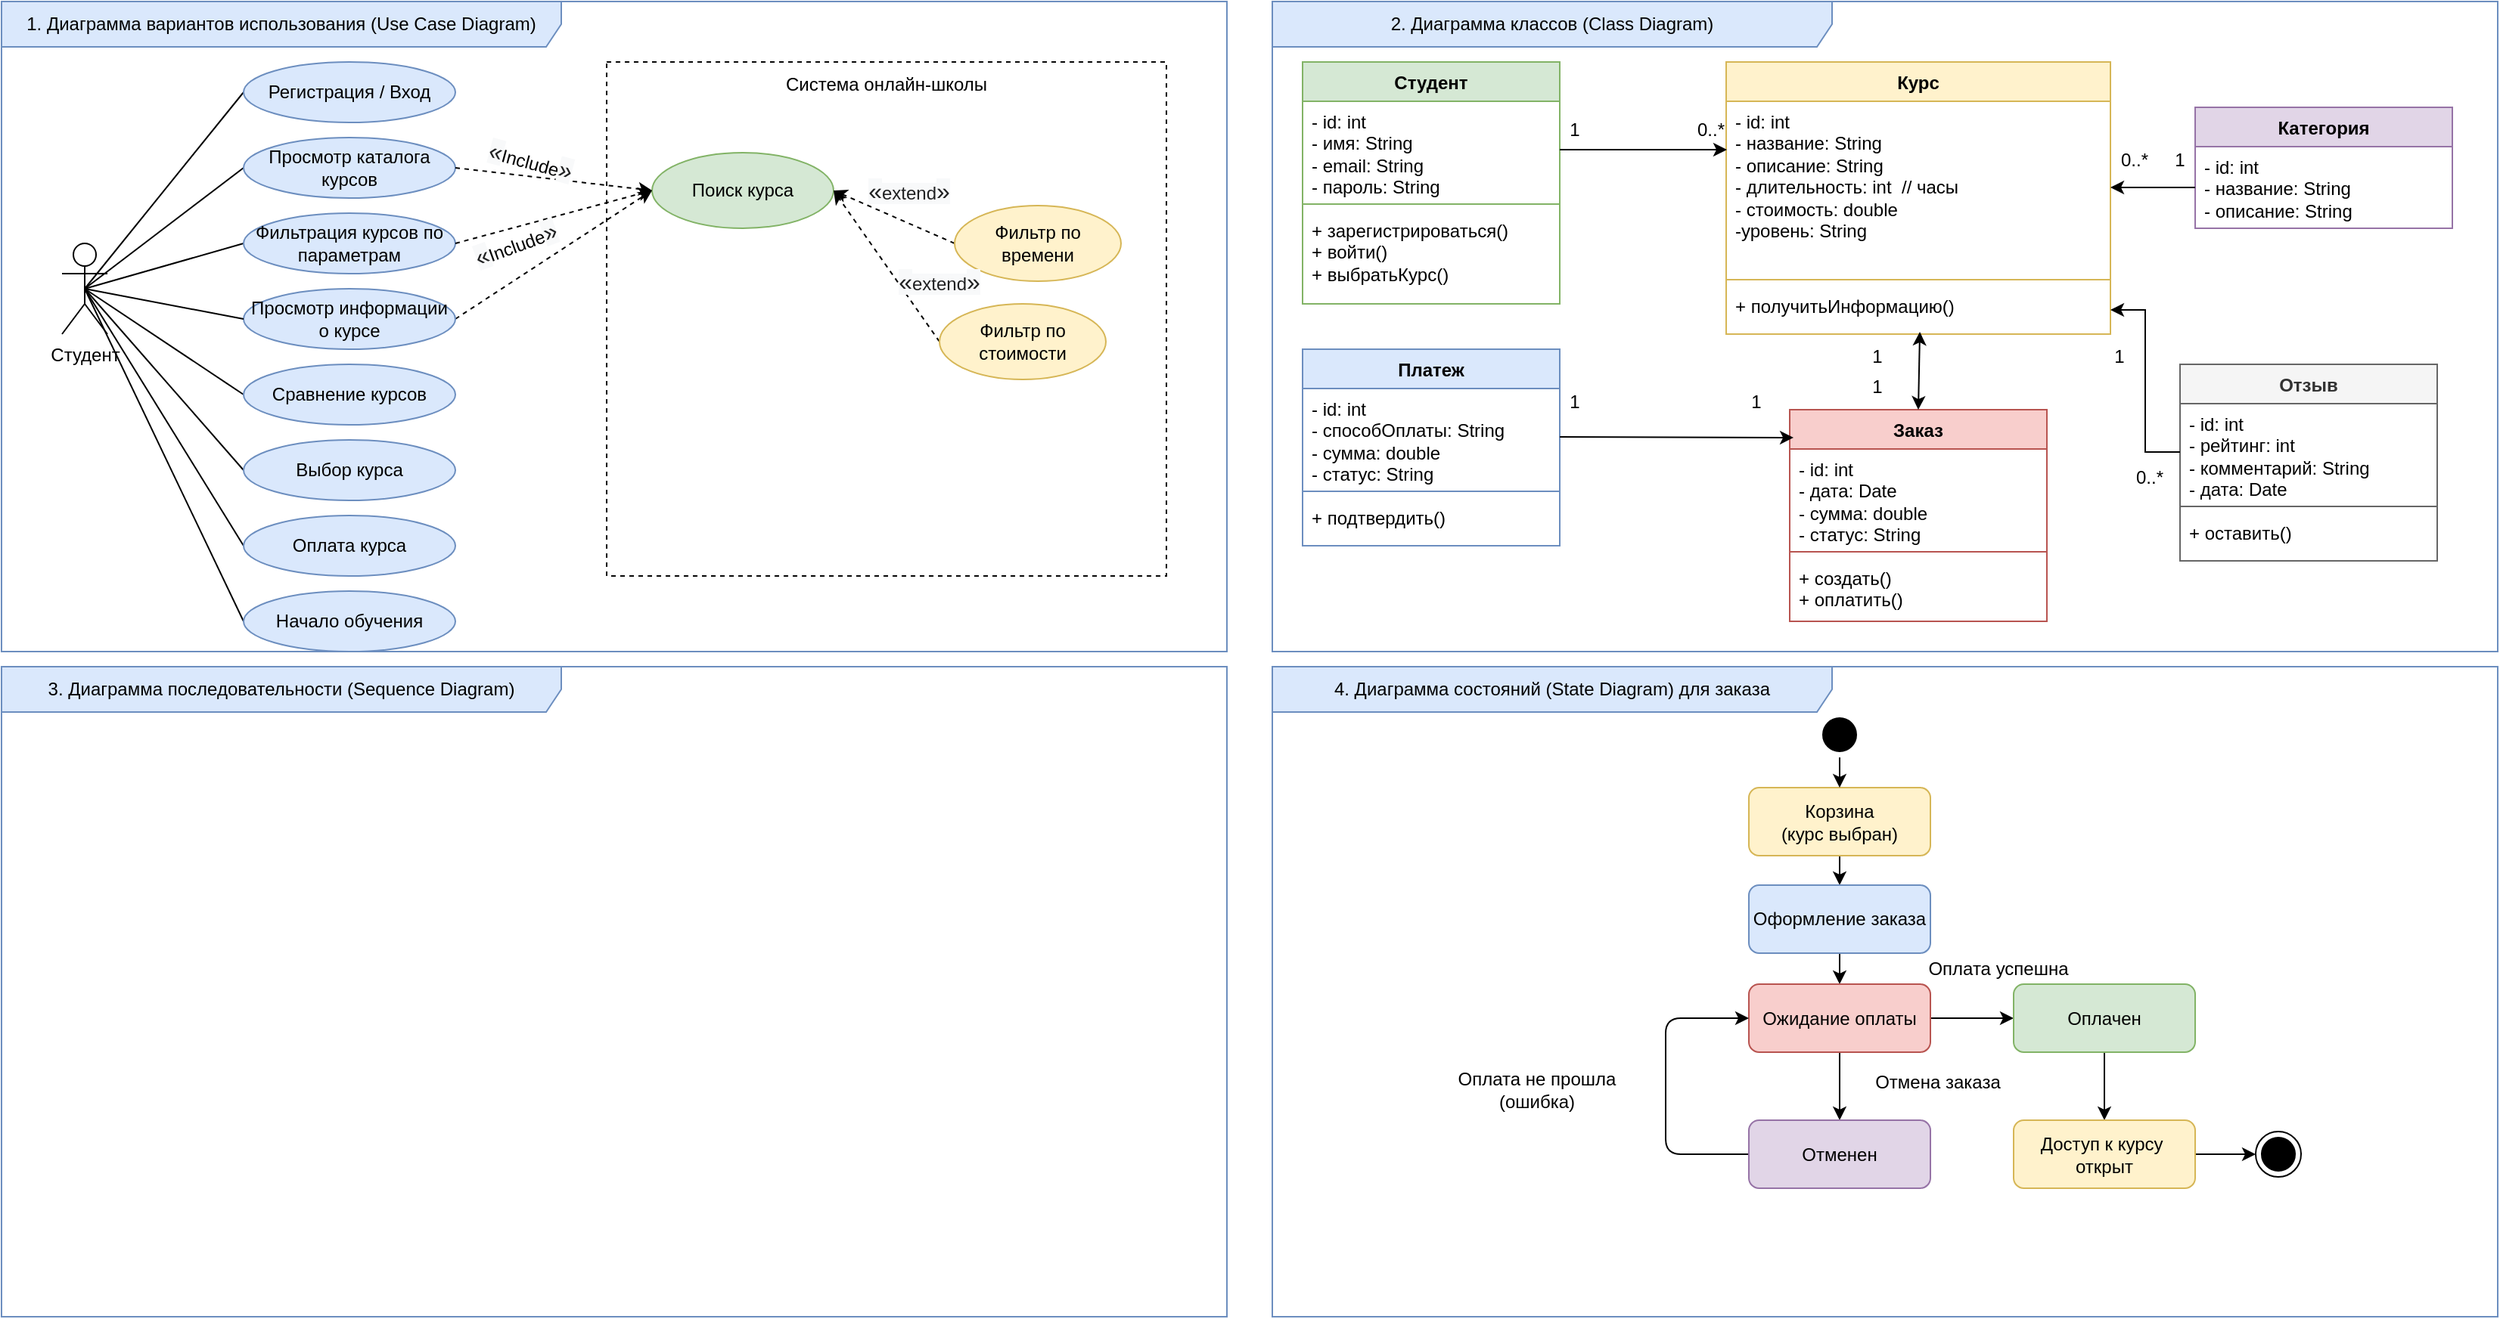
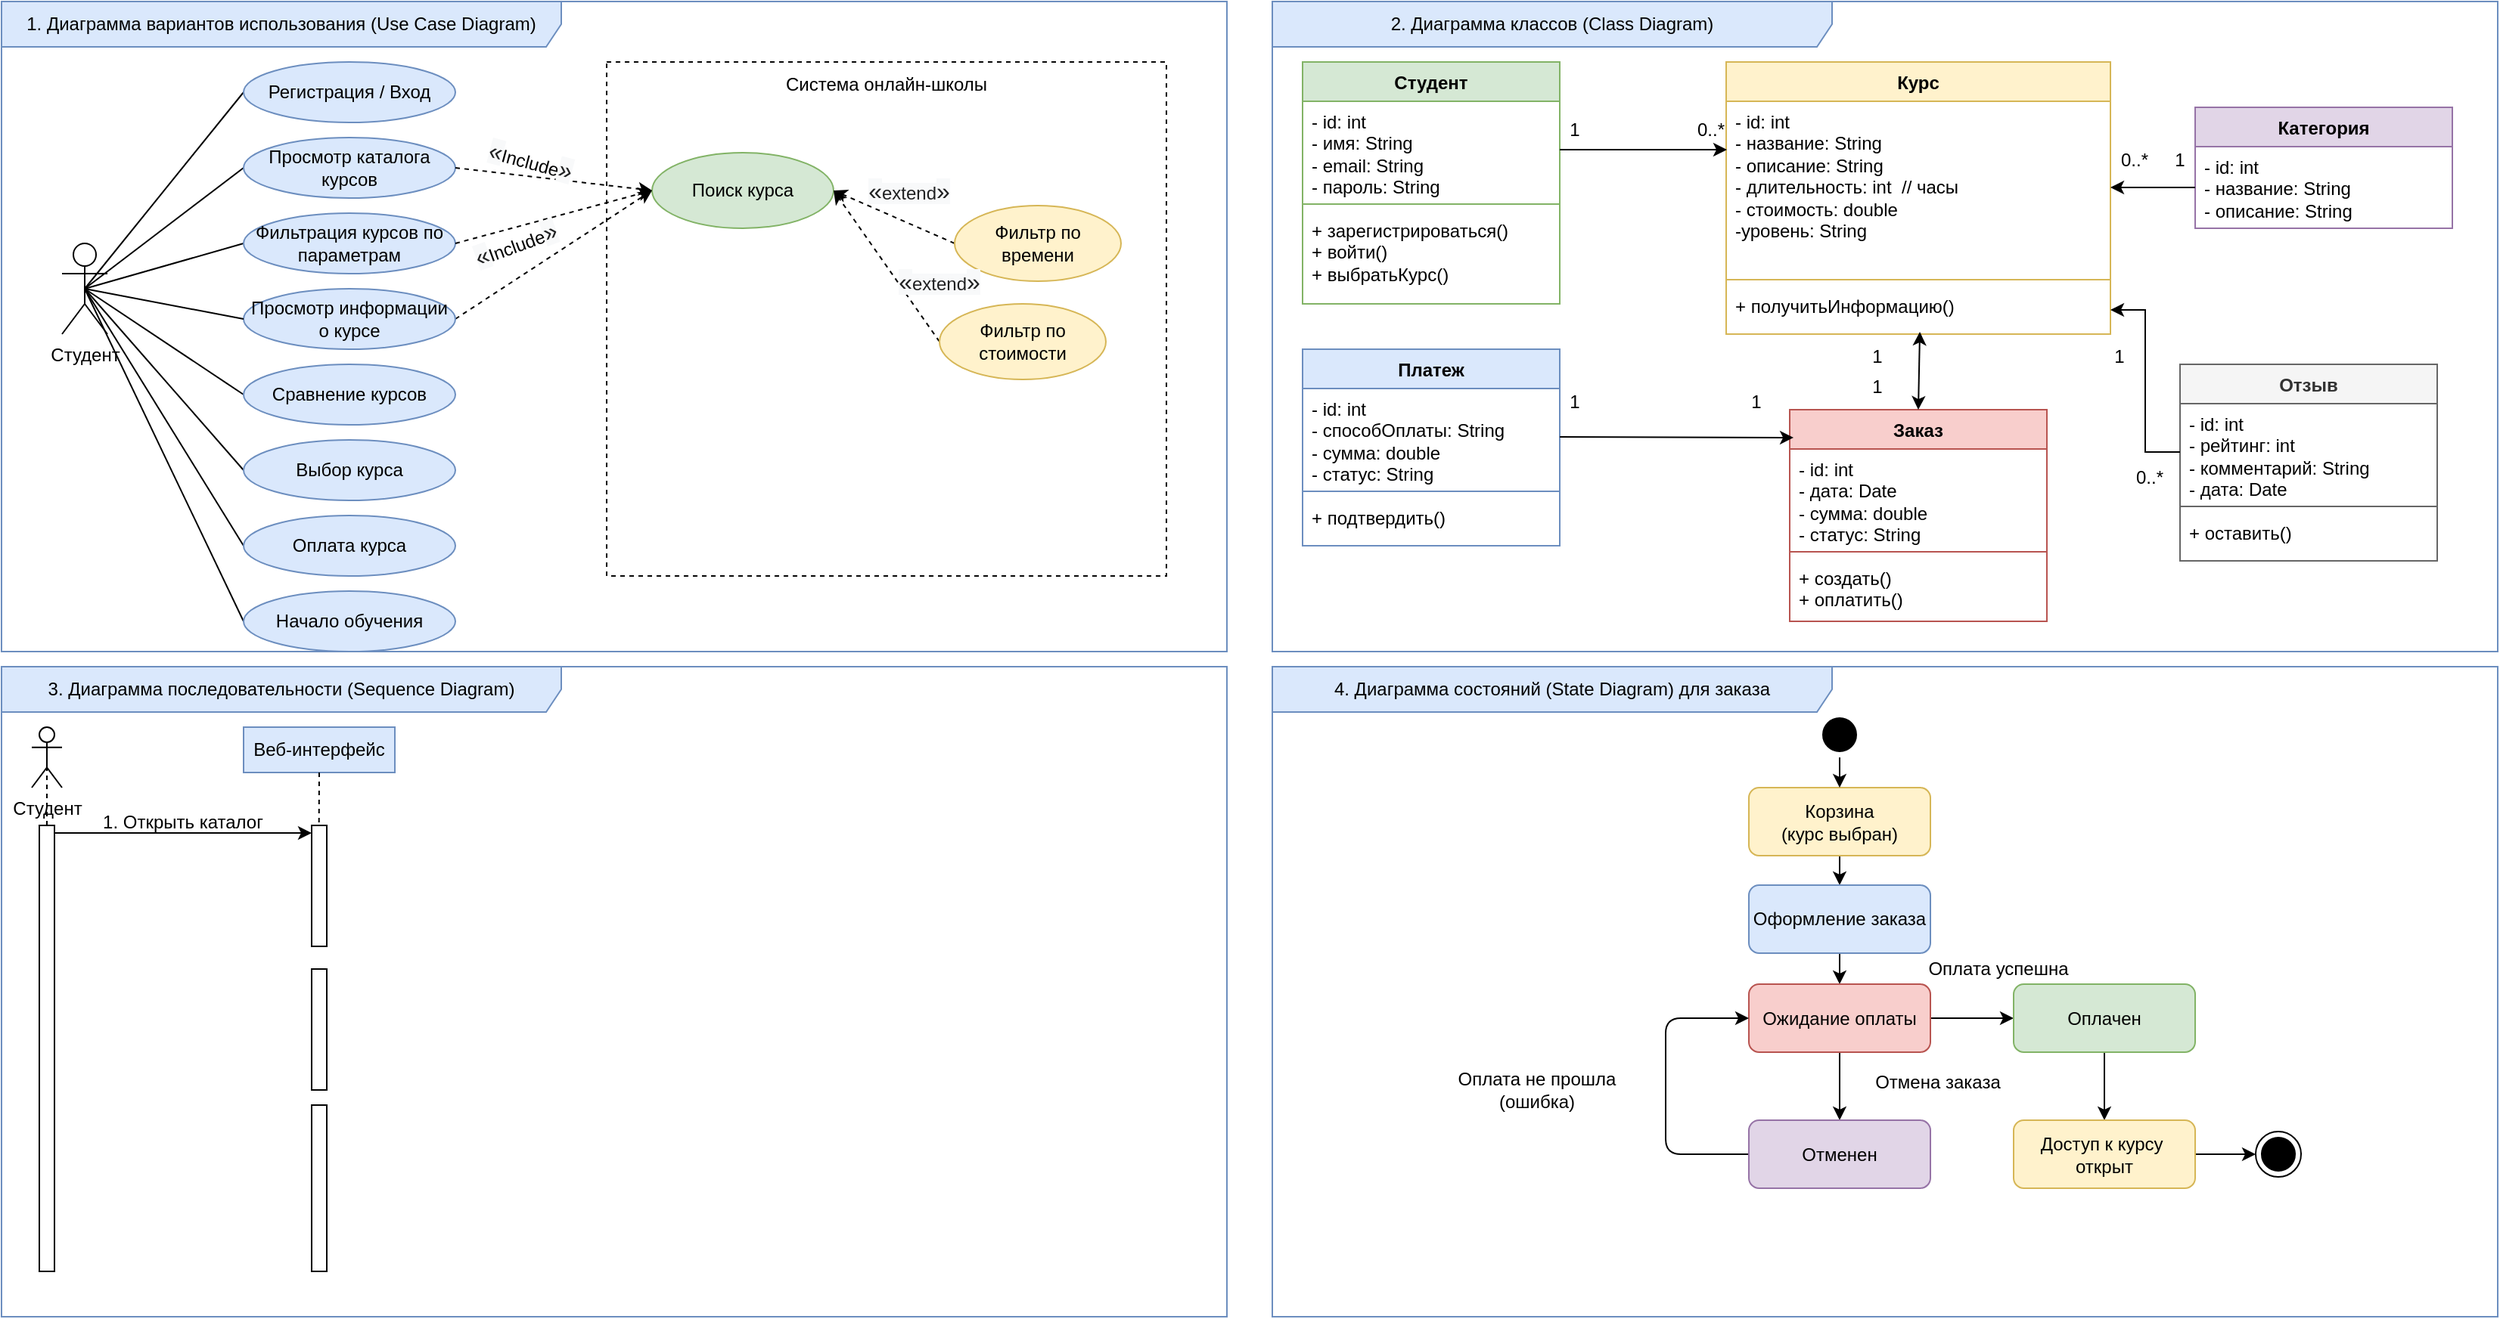
<mxfile host="app.diagrams.net">
  <diagram name="Страница-1" id="D9qNlymfPTsSxVgft2LI">
-     <mxGraphModel dx="1403" dy="944" grid="1" gridSize="10" guides="1" tooltips="1" connect="1" arrows="1" fold="1" page="1" pageScale="1" pageWidth="827" pageHeight="1169" math="0" shadow="0">
+     <mxGraphModel dx="1169" dy="787" grid="1" gridSize="10" guides="1" tooltips="1" connect="1" arrows="1" fold="1" page="1" pageScale="1" pageWidth="827" pageHeight="1169" math="0" shadow="0">
      <root>
        <mxCell id="0" />
        <mxCell id="1" parent="0" />
        <mxCell id="Ora9MrkWIrVl9lBXlNgj-35" parent="1" style="rounded=0;whiteSpace=wrap;html=1;strokeColor=default;dashed=1;" value="" vertex="1">
          <mxGeometry height="340" width="370" x="400" y="40" as="geometry" />
        </mxCell>
        <mxCell id="Ora9MrkWIrVl9lBXlNgj-28" edge="1" parent="1" source="Ora9MrkWIrVl9lBXlNgj-1" style="edgeStyle=none;rounded=0;orthogonalLoop=1;jettySize=auto;html=1;exitX=0.5;exitY=0.5;exitDx=0;exitDy=0;exitPerimeter=0;entryX=0;entryY=0.5;entryDx=0;entryDy=0;endArrow=none;endFill=0;" target="Ora9MrkWIrVl9lBXlNgj-5">
          <mxGeometry relative="1" as="geometry" />
        </mxCell>
        <mxCell id="Ora9MrkWIrVl9lBXlNgj-29" edge="1" parent="1" source="Ora9MrkWIrVl9lBXlNgj-1" style="edgeStyle=none;rounded=0;orthogonalLoop=1;jettySize=auto;html=1;exitX=0.5;exitY=0.5;exitDx=0;exitDy=0;exitPerimeter=0;entryX=0;entryY=0.5;entryDx=0;entryDy=0;endArrow=none;endFill=0;" target="Ora9MrkWIrVl9lBXlNgj-6">
          <mxGeometry relative="1" as="geometry" />
        </mxCell>
        <mxCell id="Ora9MrkWIrVl9lBXlNgj-30" edge="1" parent="1" source="Ora9MrkWIrVl9lBXlNgj-1" style="edgeStyle=none;rounded=0;orthogonalLoop=1;jettySize=auto;html=1;exitX=0.5;exitY=0.5;exitDx=0;exitDy=0;exitPerimeter=0;entryX=0;entryY=0.5;entryDx=0;entryDy=0;endArrow=none;endFill=0;" target="Ora9MrkWIrVl9lBXlNgj-13">
          <mxGeometry relative="1" as="geometry" />
        </mxCell>
        <mxCell id="Ora9MrkWIrVl9lBXlNgj-31" edge="1" parent="1" source="Ora9MrkWIrVl9lBXlNgj-1" style="edgeStyle=none;rounded=0;orthogonalLoop=1;jettySize=auto;html=1;exitX=0.5;exitY=0.5;exitDx=0;exitDy=0;exitPerimeter=0;entryX=0;entryY=0.5;entryDx=0;entryDy=0;endArrow=none;endFill=0;" target="Ora9MrkWIrVl9lBXlNgj-14">
          <mxGeometry relative="1" as="geometry" />
        </mxCell>
        <mxCell id="Ora9MrkWIrVl9lBXlNgj-32" edge="1" parent="1" source="Ora9MrkWIrVl9lBXlNgj-1" style="edgeStyle=none;rounded=0;orthogonalLoop=1;jettySize=auto;html=1;exitX=0.5;exitY=0.5;exitDx=0;exitDy=0;exitPerimeter=0;entryX=0;entryY=0.5;entryDx=0;entryDy=0;endArrow=none;endFill=0;" target="Ora9MrkWIrVl9lBXlNgj-15">
          <mxGeometry relative="1" as="geometry" />
        </mxCell>
        <mxCell id="Ora9MrkWIrVl9lBXlNgj-33" edge="1" parent="1" source="Ora9MrkWIrVl9lBXlNgj-1" style="edgeStyle=none;rounded=0;orthogonalLoop=1;jettySize=auto;html=1;exitX=0.5;exitY=0.5;exitDx=0;exitDy=0;exitPerimeter=0;entryX=0;entryY=0.5;entryDx=0;entryDy=0;endArrow=none;endFill=0;" target="Ora9MrkWIrVl9lBXlNgj-16">
          <mxGeometry relative="1" as="geometry" />
        </mxCell>
        <mxCell id="Ora9MrkWIrVl9lBXlNgj-34" edge="1" parent="1" source="Ora9MrkWIrVl9lBXlNgj-1" style="edgeStyle=none;rounded=0;orthogonalLoop=1;jettySize=auto;html=1;exitX=0.5;exitY=0.5;exitDx=0;exitDy=0;exitPerimeter=0;entryX=0;entryY=0.5;entryDx=0;entryDy=0;endArrow=none;endFill=0;" target="Ora9MrkWIrVl9lBXlNgj-17">
          <mxGeometry relative="1" as="geometry" />
        </mxCell>
        <mxCell id="Ora9MrkWIrVl9lBXlNgj-1" parent="1" style="shape=umlActor;verticalLabelPosition=bottom;verticalAlign=top;html=1;outlineConnect=0;" value="Студент" vertex="1">
          <mxGeometry height="60" width="30" x="40" y="160" as="geometry" />
        </mxCell>
        <mxCell id="Ora9MrkWIrVl9lBXlNgj-3" edge="1" parent="1" style="endArrow=none;html=1;rounded=0;strokeColor=none;curved=1;" value="">
          <mxGeometry height="50" relative="1" width="50" as="geometry">
            <mxPoint x="390" y="330" as="sourcePoint" />
            <mxPoint x="440" y="280" as="targetPoint" />
          </mxGeometry>
        </mxCell>
        <mxCell id="Ora9MrkWIrVl9lBXlNgj-5" parent="1" style="ellipse;whiteSpace=wrap;html=1;fillColor=#dae8fc;strokeColor=#6c8ebf;" value="Регистрация / Вход" vertex="1">
          <mxGeometry height="40" width="140" x="160" y="40" as="geometry" />
        </mxCell>
        <mxCell id="Ora9MrkWIrVl9lBXlNgj-6" parent="1" style="ellipse;whiteSpace=wrap;html=1;fillColor=#dae8fc;strokeColor=#6c8ebf;" value="Просмотр каталога курсов" vertex="1">
          <mxGeometry height="40" width="140" x="160" y="90" as="geometry" />
        </mxCell>
        <mxCell id="Ora9MrkWIrVl9lBXlNgj-13" parent="1" style="ellipse;whiteSpace=wrap;html=1;fillColor=#dae8fc;strokeColor=#6c8ebf;" value="Фильтрация курсов по параметрам" vertex="1">
          <mxGeometry height="40" width="140" x="160" y="140" as="geometry" />
        </mxCell>
        <mxCell id="Ora9MrkWIrVl9lBXlNgj-14" parent="1" style="ellipse;whiteSpace=wrap;html=1;fillColor=#dae8fc;strokeColor=#6c8ebf;" value="Сравнение курсов" vertex="1">
          <mxGeometry height="40" width="140" x="160" y="240" as="geometry" />
        </mxCell>
        <mxCell id="Ora9MrkWIrVl9lBXlNgj-15" parent="1" style="ellipse;whiteSpace=wrap;html=1;fillColor=#dae8fc;strokeColor=#6c8ebf;" value="Выбор курса" vertex="1">
          <mxGeometry height="40" width="140" x="160" y="290" as="geometry" />
        </mxCell>
        <mxCell id="Ora9MrkWIrVl9lBXlNgj-16" parent="1" style="ellipse;whiteSpace=wrap;html=1;fillColor=#dae8fc;strokeColor=#6c8ebf;" value="Оплата курса" vertex="1">
          <mxGeometry height="40" width="140" x="160" y="340" as="geometry" />
        </mxCell>
        <mxCell id="Ora9MrkWIrVl9lBXlNgj-17" parent="1" style="ellipse;whiteSpace=wrap;html=1;fillColor=#dae8fc;strokeColor=#6c8ebf;" value="Начало обучения" vertex="1">
          <mxGeometry height="40" width="140" x="160" y="390" as="geometry" />
        </mxCell>
        <mxCell id="Ora9MrkWIrVl9lBXlNgj-18" parent="1" style="shape=umlFrame;whiteSpace=wrap;html=1;pointerEvents=0;width=370;height=30;fillColor=#dae8fc;strokeColor=#6c8ebf;" value="1. Диаграмма вариантов использования (Use Case Diagram)" vertex="1">
          <mxGeometry height="430" width="810" as="geometry" />
        </mxCell>
        <mxCell id="Ora9MrkWIrVl9lBXlNgj-36" parent="1" style="text;html=1;whiteSpace=wrap;strokeColor=none;fillColor=none;align=center;verticalAlign=middle;rounded=0;" value="Система онлайн-школы" vertex="1">
          <mxGeometry height="30" width="160" x="505" y="40" as="geometry" />
        </mxCell>
        <mxCell id="Ora9MrkWIrVl9lBXlNgj-37" parent="1" style="ellipse;whiteSpace=wrap;html=1;fillColor=#d5e8d4;strokeColor=#82b366;" value="Поиск курса" vertex="1">
          <mxGeometry height="50" width="120" x="430" y="100" as="geometry" />
        </mxCell>
        <mxCell id="Ora9MrkWIrVl9lBXlNgj-38" edge="1" parent="1" source="Ora9MrkWIrVl9lBXlNgj-6" style="edgeStyle=none;rounded=0;orthogonalLoop=1;jettySize=auto;html=1;exitX=1;exitY=0.5;exitDx=0;exitDy=0;entryX=0;entryY=0.5;entryDx=0;entryDy=0;dashed=1;" target="Ora9MrkWIrVl9lBXlNgj-37">
          <mxGeometry relative="1" as="geometry" />
        </mxCell>
        <mxCell id="Ora9MrkWIrVl9lBXlNgj-39" edge="1" parent="1" source="Ora9MrkWIrVl9lBXlNgj-13" style="edgeStyle=none;rounded=0;orthogonalLoop=1;jettySize=auto;html=1;exitX=1;exitY=0.5;exitDx=0;exitDy=0;entryX=0;entryY=0.5;entryDx=0;entryDy=0;dashed=1;" target="Ora9MrkWIrVl9lBXlNgj-37">
          <mxGeometry relative="1" as="geometry" />
        </mxCell>
        <mxCell id="Ora9MrkWIrVl9lBXlNgj-43" edge="1" parent="1" source="Ora9MrkWIrVl9lBXlNgj-41" style="edgeStyle=none;rounded=0;orthogonalLoop=1;jettySize=auto;html=1;exitX=1;exitY=0.5;exitDx=0;exitDy=0;entryX=0;entryY=0.5;entryDx=0;entryDy=0;dashed=1;" target="Ora9MrkWIrVl9lBXlNgj-37">
          <mxGeometry relative="1" as="geometry" />
        </mxCell>
        <mxCell id="Ora9MrkWIrVl9lBXlNgj-41" parent="1" style="ellipse;whiteSpace=wrap;html=1;fillColor=#dae8fc;strokeColor=#6c8ebf;" value="Просмотр информации о курсе" vertex="1">
          <mxGeometry height="40" width="140" x="160" y="190" as="geometry" />
        </mxCell>
        <mxCell id="Ora9MrkWIrVl9lBXlNgj-42" edge="1" parent="1" source="Ora9MrkWIrVl9lBXlNgj-41" style="edgeStyle=none;rounded=0;orthogonalLoop=1;jettySize=auto;html=1;exitX=0;exitY=0.5;exitDx=0;exitDy=0;entryX=0.5;entryY=0.5;entryDx=0;entryDy=0;entryPerimeter=0;endArrow=none;endFill=0;" target="Ora9MrkWIrVl9lBXlNgj-1">
          <mxGeometry relative="1" as="geometry" />
        </mxCell>
        <mxCell id="Ora9MrkWIrVl9lBXlNgj-44" parent="1" style="text;html=1;whiteSpace=wrap;strokeColor=none;fillColor=none;align=center;verticalAlign=middle;rounded=0;rotation=15;" value="&lt;span style=&quot;color: rgb(32, 33, 34); font-family: sans-serif; font-size: 16px; text-align: start; background-color: rgb(248, 249, 250);&quot;&gt;«&lt;/span&gt;Include&lt;span style=&quot;color: rgb(32, 33, 34); font-family: sans-serif; font-size: 16px; text-align: start; background-color: rgb(248, 249, 250);&quot;&gt;»&lt;/span&gt;" vertex="1">
          <mxGeometry height="30" width="60" x="320" y="90" as="geometry" />
        </mxCell>
        <mxCell id="Ora9MrkWIrVl9lBXlNgj-45" parent="1" style="text;html=1;whiteSpace=wrap;strokeColor=none;fillColor=none;align=center;verticalAlign=middle;rounded=0;rotation=-20;" value="&lt;span style=&quot;color: rgb(32, 33, 34); font-family: sans-serif; font-size: 16px; text-align: start; background-color: rgb(248, 249, 250);&quot;&gt;«&lt;/span&gt;Include&lt;span style=&quot;color: rgb(32, 33, 34); font-family: sans-serif; font-size: 16px; text-align: start; background-color: rgb(248, 249, 250);&quot;&gt;»&lt;/span&gt;" vertex="1">
          <mxGeometry height="30" width="60" x="310" y="145" as="geometry" />
        </mxCell>
        <mxCell id="g0pQmNP9uAlrfDevc1Wt-4" edge="1" parent="1" source="g0pQmNP9uAlrfDevc1Wt-1" style="edgeStyle=none;rounded=0;orthogonalLoop=1;jettySize=auto;html=1;exitX=0;exitY=0.5;exitDx=0;exitDy=0;entryX=1;entryY=0.5;entryDx=0;entryDy=0;dashed=1;" target="Ora9MrkWIrVl9lBXlNgj-37">
          <mxGeometry relative="1" as="geometry" />
        </mxCell>
        <mxCell id="g0pQmNP9uAlrfDevc1Wt-1" parent="1" style="ellipse;whiteSpace=wrap;html=1;fillColor=#fff2cc;strokeColor=#d6b656;" value="Фильтр по времени" vertex="1">
          <mxGeometry height="50" width="110" x="630" y="135" as="geometry" />
        </mxCell>
        <mxCell id="g0pQmNP9uAlrfDevc1Wt-3" edge="1" parent="1" source="g0pQmNP9uAlrfDevc1Wt-2" style="edgeStyle=none;rounded=0;orthogonalLoop=1;jettySize=auto;html=1;exitX=0;exitY=0.5;exitDx=0;exitDy=0;entryX=1;entryY=0.5;entryDx=0;entryDy=0;dashed=1;" target="Ora9MrkWIrVl9lBXlNgj-37">
          <mxGeometry relative="1" as="geometry" />
        </mxCell>
        <mxCell id="g0pQmNP9uAlrfDevc1Wt-2" parent="1" style="ellipse;whiteSpace=wrap;html=1;fillColor=#fff2cc;strokeColor=#d6b656;" value="Фильтр по стоимости" vertex="1">
          <mxGeometry height="50" width="110" x="620" y="200" as="geometry" />
        </mxCell>
        <mxCell id="g0pQmNP9uAlrfDevc1Wt-5" parent="1" style="text;html=1;whiteSpace=wrap;strokeColor=none;fillColor=none;align=center;verticalAlign=middle;rounded=0;rotation=0;" value="&lt;div style=&quot;text-align: center;&quot;&gt;&lt;span style=&quot;color: rgb(32, 33, 34); font-family: sans-serif; font-size: 16px; text-align: start; background-color: rgb(248, 249, 250);&quot;&gt;«&lt;/span&gt;&lt;span style=&quot;text-align: start; background-color: rgb(248, 249, 250); color: rgb(32, 33, 34);&quot;&gt;extend&lt;/span&gt;&lt;span style=&quot;color: rgb(32, 33, 34); font-family: sans-serif; font-size: 16px; text-align: start; background-color: rgb(248, 249, 250);&quot;&gt;»&lt;/span&gt;&lt;/div&gt;" vertex="1">
          <mxGeometry height="30" width="60" x="570" y="110" as="geometry" />
        </mxCell>
        <mxCell id="g0pQmNP9uAlrfDevc1Wt-6" parent="1" style="text;html=1;whiteSpace=wrap;strokeColor=none;fillColor=none;align=center;verticalAlign=middle;rounded=0;rotation=0;" value="&lt;div style=&quot;text-align: center;&quot;&gt;&lt;span style=&quot;color: rgb(32, 33, 34); font-family: sans-serif; font-size: 16px; text-align: start; background-color: rgb(248, 249, 250);&quot;&gt;«&lt;/span&gt;&lt;span style=&quot;text-align: start; background-color: rgb(248, 249, 250); color: rgb(32, 33, 34);&quot;&gt;extend&lt;/span&gt;&lt;span style=&quot;color: rgb(32, 33, 34); font-family: sans-serif; font-size: 16px; text-align: start; background-color: rgb(248, 249, 250);&quot;&gt;»&lt;/span&gt;&lt;/div&gt;" vertex="1">
          <mxGeometry height="30" width="60" x="590" y="170" as="geometry" />
        </mxCell>
        <mxCell id="g0pQmNP9uAlrfDevc1Wt-7" parent="1" style="shape=umlFrame;whiteSpace=wrap;html=1;pointerEvents=0;width=370;height=30;fillColor=#dae8fc;strokeColor=#6c8ebf;" value="2. Диаграмма классов (Class Diagram)" vertex="1">
          <mxGeometry height="430" width="810" x="840" as="geometry" />
        </mxCell>
        <mxCell id="g0pQmNP9uAlrfDevc1Wt-8" parent="1" style="swimlane;fontStyle=1;align=center;verticalAlign=top;childLayout=stackLayout;horizontal=1;startSize=26;horizontalStack=0;resizeParent=1;resizeParentMax=0;resizeLast=0;collapsible=1;marginBottom=0;whiteSpace=wrap;html=1;fillColor=#d5e8d4;strokeColor=#82b366;" value="Студент" vertex="1">
          <mxGeometry height="160" width="170" x="860" y="40" as="geometry" />
        </mxCell>
        <mxCell id="g0pQmNP9uAlrfDevc1Wt-9" parent="g0pQmNP9uAlrfDevc1Wt-8" style="text;strokeColor=none;fillColor=none;align=left;verticalAlign=top;spacingLeft=4;spacingRight=4;overflow=hidden;rotatable=0;points=[[0,0.5],[1,0.5]];portConstraint=eastwest;whiteSpace=wrap;html=1;" value="- id: int&lt;div&gt;- имя: String&lt;/div&gt;&lt;div&gt;- email: String&lt;/div&gt;&lt;div&gt;- пароль: String&lt;br&gt;&lt;div&gt;&lt;br&gt;&lt;/div&gt;&lt;/div&gt;" vertex="1">
          <mxGeometry height="64" width="170" y="26" as="geometry" />
        </mxCell>
        <mxCell id="g0pQmNP9uAlrfDevc1Wt-10" parent="g0pQmNP9uAlrfDevc1Wt-8" style="line;strokeWidth=1;fillColor=none;align=left;verticalAlign=middle;spacingTop=-1;spacingLeft=3;spacingRight=3;rotatable=0;labelPosition=right;points=[];portConstraint=eastwest;strokeColor=inherit;" value="" vertex="1">
          <mxGeometry height="8" width="170" y="90" as="geometry" />
        </mxCell>
        <mxCell id="g0pQmNP9uAlrfDevc1Wt-11" parent="g0pQmNP9uAlrfDevc1Wt-8" style="text;strokeColor=none;fillColor=none;align=left;verticalAlign=top;spacingLeft=4;spacingRight=4;overflow=hidden;rotatable=0;points=[[0,0.5],[1,0.5]];portConstraint=eastwest;whiteSpace=wrap;html=1;" value="+ зарегистрироваться()&lt;div&gt;+ войти()&lt;/div&gt;&lt;div&gt;+ выбратьКурс()&lt;/div&gt;" vertex="1">
          <mxGeometry height="62" width="170" y="98" as="geometry" />
        </mxCell>
        <mxCell id="g0pQmNP9uAlrfDevc1Wt-12" parent="1" style="swimlane;fontStyle=1;align=center;verticalAlign=top;childLayout=stackLayout;horizontal=1;startSize=26;horizontalStack=0;resizeParent=1;resizeParentMax=0;resizeLast=0;collapsible=1;marginBottom=0;whiteSpace=wrap;html=1;fillColor=#fff2cc;strokeColor=#d6b656;" value="Курс" vertex="1">
          <mxGeometry height="180" width="254" x="1140" y="40" as="geometry">
            <mxRectangle height="30" width="70" x="1140" y="40" as="alternateBounds" />
          </mxGeometry>
        </mxCell>
        <mxCell id="g0pQmNP9uAlrfDevc1Wt-13" parent="g0pQmNP9uAlrfDevc1Wt-12" style="text;strokeColor=none;fillColor=none;align=left;verticalAlign=top;spacingLeft=4;spacingRight=4;overflow=hidden;rotatable=0;points=[[0,0.5],[1,0.5]];portConstraint=eastwest;whiteSpace=wrap;html=1;" value="- id: int&lt;div&gt;- название: String&lt;/div&gt;&lt;div&gt;- описание: String&lt;/div&gt;&lt;div&gt;- длительность: int&amp;nbsp; // часы&lt;br&gt;&lt;div&gt;- стоимость: double&lt;/div&gt;&lt;/div&gt;&lt;div&gt;-уровень: String&lt;/div&gt;" vertex="1">
          <mxGeometry height="114" width="254" y="26" as="geometry" />
        </mxCell>
        <mxCell id="g0pQmNP9uAlrfDevc1Wt-14" parent="g0pQmNP9uAlrfDevc1Wt-12" style="line;strokeWidth=1;fillColor=none;align=left;verticalAlign=middle;spacingTop=-1;spacingLeft=3;spacingRight=3;rotatable=0;labelPosition=right;points=[];portConstraint=eastwest;strokeColor=inherit;" value="" vertex="1">
          <mxGeometry height="8" width="254" y="140" as="geometry" />
        </mxCell>
        <mxCell id="g0pQmNP9uAlrfDevc1Wt-15" parent="g0pQmNP9uAlrfDevc1Wt-12" style="text;strokeColor=none;fillColor=none;align=left;verticalAlign=top;spacingLeft=4;spacingRight=4;overflow=hidden;rotatable=0;points=[[0,0.5],[1,0.5]];portConstraint=eastwest;whiteSpace=wrap;html=1;" value="+ получитьИнформацию()" vertex="1">
          <mxGeometry height="32" width="254" y="148" as="geometry" />
        </mxCell>
        <mxCell id="g0pQmNP9uAlrfDevc1Wt-16" edge="1" parent="1" source="g0pQmNP9uAlrfDevc1Wt-9" style="edgeStyle=none;rounded=0;orthogonalLoop=1;jettySize=auto;html=1;exitX=1;exitY=0.5;exitDx=0;exitDy=0;entryX=0.002;entryY=0.281;entryDx=0;entryDy=0;entryPerimeter=0;" target="g0pQmNP9uAlrfDevc1Wt-13" value="">
          <mxGeometry relative="1" as="geometry" />
        </mxCell>
        <mxCell id="g0pQmNP9uAlrfDevc1Wt-17" parent="1" style="swimlane;fontStyle=1;align=center;verticalAlign=top;childLayout=stackLayout;horizontal=1;startSize=26;horizontalStack=0;resizeParent=1;resizeParentMax=0;resizeLast=0;collapsible=1;marginBottom=0;whiteSpace=wrap;html=1;fillColor=#e1d5e7;strokeColor=#9673a6;" value="Категория" vertex="1">
          <mxGeometry height="80" width="170" x="1450" y="70" as="geometry" />
        </mxCell>
        <mxCell id="g0pQmNP9uAlrfDevc1Wt-18" parent="g0pQmNP9uAlrfDevc1Wt-17" style="text;strokeColor=none;fillColor=none;align=left;verticalAlign=top;spacingLeft=4;spacingRight=4;overflow=hidden;rotatable=0;points=[[0,0.5],[1,0.5]];portConstraint=eastwest;whiteSpace=wrap;html=1;" value="- id: int&lt;div&gt;- название: String&lt;/div&gt;&lt;div&gt;- описание: String&lt;/div&gt;&lt;div&gt;&lt;div&gt;&lt;br&gt;&lt;/div&gt;&lt;/div&gt;" vertex="1">
          <mxGeometry height="54" width="170" y="26" as="geometry" />
        </mxCell>
        <mxCell id="g0pQmNP9uAlrfDevc1Wt-21" edge="1" parent="1" source="g0pQmNP9uAlrfDevc1Wt-18" style="edgeStyle=none;rounded=0;orthogonalLoop=1;jettySize=auto;html=1;exitX=0;exitY=0.5;exitDx=0;exitDy=0;entryX=1;entryY=0.5;entryDx=0;entryDy=0;" target="g0pQmNP9uAlrfDevc1Wt-13">
          <mxGeometry relative="1" as="geometry" />
        </mxCell>
        <mxCell id="g0pQmNP9uAlrfDevc1Wt-22" parent="1" style="swimlane;fontStyle=1;align=center;verticalAlign=top;childLayout=stackLayout;horizontal=1;startSize=26;horizontalStack=0;resizeParent=1;resizeParentMax=0;resizeLast=0;collapsible=1;marginBottom=0;whiteSpace=wrap;html=1;fillColor=#dae8fc;strokeColor=#6c8ebf;" value="Платеж" vertex="1">
          <mxGeometry height="130" width="170" x="860" y="230" as="geometry" />
        </mxCell>
        <mxCell id="g0pQmNP9uAlrfDevc1Wt-23" parent="g0pQmNP9uAlrfDevc1Wt-22" style="text;strokeColor=none;fillColor=none;align=left;verticalAlign=top;spacingLeft=4;spacingRight=4;overflow=hidden;rotatable=0;points=[[0,0.5],[1,0.5]];portConstraint=eastwest;whiteSpace=wrap;html=1;" value="- id: int&lt;div&gt;- способОплаты: String&lt;/div&gt;&lt;div&gt;- сумма: double&lt;/div&gt;&lt;div&gt;- статус: String&lt;br&gt;&lt;div&gt;&lt;br&gt;&lt;/div&gt;&lt;/div&gt;" vertex="1">
          <mxGeometry height="64" width="170" y="26" as="geometry" />
        </mxCell>
        <mxCell id="g0pQmNP9uAlrfDevc1Wt-24" parent="g0pQmNP9uAlrfDevc1Wt-22" style="line;strokeWidth=1;fillColor=none;align=left;verticalAlign=middle;spacingTop=-1;spacingLeft=3;spacingRight=3;rotatable=0;labelPosition=right;points=[];portConstraint=eastwest;strokeColor=inherit;" value="" vertex="1">
          <mxGeometry height="8" width="170" y="90" as="geometry" />
        </mxCell>
        <mxCell id="g0pQmNP9uAlrfDevc1Wt-25" parent="g0pQmNP9uAlrfDevc1Wt-22" style="text;strokeColor=none;fillColor=none;align=left;verticalAlign=top;spacingLeft=4;spacingRight=4;overflow=hidden;rotatable=0;points=[[0,0.5],[1,0.5]];portConstraint=eastwest;whiteSpace=wrap;html=1;" value="+ подтвердить()&lt;div&gt;&lt;br&gt;&lt;/div&gt;" vertex="1">
          <mxGeometry height="32" width="170" y="98" as="geometry" />
        </mxCell>
        <mxCell id="g0pQmNP9uAlrfDevc1Wt-26" parent="1" style="swimlane;fontStyle=1;align=center;verticalAlign=top;childLayout=stackLayout;horizontal=1;startSize=26;horizontalStack=0;resizeParent=1;resizeParentMax=0;resizeLast=0;collapsible=1;marginBottom=0;whiteSpace=wrap;html=1;fillColor=#f8cecc;strokeColor=#b85450;" value="Заказ" vertex="1">
          <mxGeometry height="140" width="170" x="1182" y="270" as="geometry" />
        </mxCell>
        <mxCell id="g0pQmNP9uAlrfDevc1Wt-27" parent="g0pQmNP9uAlrfDevc1Wt-26" style="text;strokeColor=none;fillColor=none;align=left;verticalAlign=top;spacingLeft=4;spacingRight=4;overflow=hidden;rotatable=0;points=[[0,0.5],[1,0.5]];portConstraint=eastwest;whiteSpace=wrap;html=1;" value="- id: int&lt;div&gt;- дата: Date&lt;/div&gt;&lt;div&gt;- сумма: double&lt;/div&gt;&lt;div&gt;- статус: String&lt;br&gt;&lt;div&gt;&lt;br&gt;&lt;/div&gt;&lt;/div&gt;" vertex="1">
          <mxGeometry height="64" width="170" y="26" as="geometry" />
        </mxCell>
        <mxCell id="g0pQmNP9uAlrfDevc1Wt-28" parent="g0pQmNP9uAlrfDevc1Wt-26" style="line;strokeWidth=1;fillColor=none;align=left;verticalAlign=middle;spacingTop=-1;spacingLeft=3;spacingRight=3;rotatable=0;labelPosition=right;points=[];portConstraint=eastwest;strokeColor=inherit;" value="" vertex="1">
          <mxGeometry height="8" width="170" y="90" as="geometry" />
        </mxCell>
        <mxCell id="g0pQmNP9uAlrfDevc1Wt-29" parent="g0pQmNP9uAlrfDevc1Wt-26" style="text;strokeColor=none;fillColor=none;align=left;verticalAlign=top;spacingLeft=4;spacingRight=4;overflow=hidden;rotatable=0;points=[[0,0.5],[1,0.5]];portConstraint=eastwest;whiteSpace=wrap;html=1;" value="+ создать()&lt;div&gt;+ оплатить()&lt;/div&gt;" vertex="1">
          <mxGeometry height="42" width="170" y="98" as="geometry" />
        </mxCell>
        <mxCell id="g0pQmNP9uAlrfDevc1Wt-30" edge="1" parent="1" source="g0pQmNP9uAlrfDevc1Wt-26" style="rounded=0;orthogonalLoop=1;jettySize=auto;html=1;exitX=0.5;exitY=0;exitDx=0;exitDy=0;entryX=0.504;entryY=0.953;entryDx=0;entryDy=0;entryPerimeter=0;startArrow=classic;startFill=1;" target="g0pQmNP9uAlrfDevc1Wt-15">
          <mxGeometry relative="1" as="geometry" />
        </mxCell>
        <mxCell id="g0pQmNP9uAlrfDevc1Wt-32" edge="1" parent="1" source="g0pQmNP9uAlrfDevc1Wt-23" style="edgeStyle=none;rounded=0;orthogonalLoop=1;jettySize=auto;html=1;exitX=1;exitY=0.5;exitDx=0;exitDy=0;entryX=0.015;entryY=0.132;entryDx=0;entryDy=0;entryPerimeter=0;" target="g0pQmNP9uAlrfDevc1Wt-26">
          <mxGeometry relative="1" as="geometry" />
        </mxCell>
        <mxCell id="g0pQmNP9uAlrfDevc1Wt-33" parent="1" style="swimlane;fontStyle=1;align=center;verticalAlign=top;childLayout=stackLayout;horizontal=1;startSize=26;horizontalStack=0;resizeParent=1;resizeParentMax=0;resizeLast=0;collapsible=1;marginBottom=0;whiteSpace=wrap;html=1;fillColor=#f5f5f5;strokeColor=#666666;fontColor=#333333;" value="Отзыв" vertex="1">
          <mxGeometry height="130" width="170" x="1440" y="240" as="geometry" />
        </mxCell>
        <mxCell id="g0pQmNP9uAlrfDevc1Wt-34" parent="g0pQmNP9uAlrfDevc1Wt-33" style="text;strokeColor=none;fillColor=none;align=left;verticalAlign=top;spacingLeft=4;spacingRight=4;overflow=hidden;rotatable=0;points=[[0,0.5],[1,0.5]];portConstraint=eastwest;whiteSpace=wrap;html=1;" value="- id: int&lt;div&gt;- рейтинг: int&lt;/div&gt;&lt;div&gt;- комментарий: String&lt;/div&gt;&lt;div&gt;- дата: Date&lt;br&gt;&lt;div&gt;&lt;br&gt;&lt;/div&gt;&lt;/div&gt;" vertex="1">
          <mxGeometry height="64" width="170" y="26" as="geometry" />
        </mxCell>
        <mxCell id="g0pQmNP9uAlrfDevc1Wt-35" parent="g0pQmNP9uAlrfDevc1Wt-33" style="line;strokeWidth=1;fillColor=none;align=left;verticalAlign=middle;spacingTop=-1;spacingLeft=3;spacingRight=3;rotatable=0;labelPosition=right;points=[];portConstraint=eastwest;strokeColor=inherit;" value="" vertex="1">
          <mxGeometry height="8" width="170" y="90" as="geometry" />
        </mxCell>
        <mxCell id="g0pQmNP9uAlrfDevc1Wt-36" parent="g0pQmNP9uAlrfDevc1Wt-33" style="text;strokeColor=none;fillColor=none;align=left;verticalAlign=top;spacingLeft=4;spacingRight=4;overflow=hidden;rotatable=0;points=[[0,0.5],[1,0.5]];portConstraint=eastwest;whiteSpace=wrap;html=1;" value="+ оставить()&lt;div&gt;&lt;br&gt;&lt;/div&gt;" vertex="1">
          <mxGeometry height="32" width="170" y="98" as="geometry" />
        </mxCell>
        <mxCell id="g0pQmNP9uAlrfDevc1Wt-37" edge="1" parent="g0pQmNP9uAlrfDevc1Wt-33" source="g0pQmNP9uAlrfDevc1Wt-34" style="edgeStyle=none;rounded=0;orthogonalLoop=1;jettySize=auto;html=1;exitX=0;exitY=0.5;exitDx=0;exitDy=0;" target="g0pQmNP9uAlrfDevc1Wt-34">
          <mxGeometry relative="1" as="geometry" />
        </mxCell>
        <mxCell id="g0pQmNP9uAlrfDevc1Wt-38" edge="1" parent="1" source="g0pQmNP9uAlrfDevc1Wt-34" style="edgeStyle=orthogonalEdgeStyle;rounded=0;orthogonalLoop=1;jettySize=auto;html=1;exitX=0;exitY=0.5;exitDx=0;exitDy=0;entryX=1;entryY=0.5;entryDx=0;entryDy=0;elbow=vertical;" target="g0pQmNP9uAlrfDevc1Wt-15">
          <mxGeometry relative="1" as="geometry" />
        </mxCell>
        <mxCell id="g0pQmNP9uAlrfDevc1Wt-39" parent="1" style="text;html=1;whiteSpace=wrap;strokeColor=none;fillColor=none;align=center;verticalAlign=middle;rounded=0;" value="0..*" vertex="1">
          <mxGeometry height="20" width="60" x="1380" y="95" as="geometry" />
        </mxCell>
        <mxCell id="g0pQmNP9uAlrfDevc1Wt-40" parent="1" style="text;html=1;whiteSpace=wrap;strokeColor=none;fillColor=none;align=center;verticalAlign=middle;rounded=0;" value="1" vertex="1">
          <mxGeometry height="30" width="60" x="1410" y="90" as="geometry" />
        </mxCell>
        <mxCell id="g0pQmNP9uAlrfDevc1Wt-41" parent="1" style="text;html=1;whiteSpace=wrap;strokeColor=none;fillColor=none;align=center;verticalAlign=middle;rounded=0;" value="1" vertex="1">
          <mxGeometry height="30" width="60" x="1370" y="220" as="geometry" />
        </mxCell>
        <mxCell id="g0pQmNP9uAlrfDevc1Wt-42" parent="1" style="text;html=1;whiteSpace=wrap;strokeColor=none;fillColor=none;align=center;verticalAlign=middle;rounded=0;" value="0..*" vertex="1">
          <mxGeometry height="30" width="60" x="1390" y="300" as="geometry" />
        </mxCell>
        <mxCell id="g0pQmNP9uAlrfDevc1Wt-43" parent="1" style="text;html=1;whiteSpace=wrap;strokeColor=none;fillColor=none;align=center;verticalAlign=middle;rounded=0;" value="1" vertex="1">
          <mxGeometry height="30" width="60" x="1210" y="220" as="geometry" />
        </mxCell>
        <mxCell id="g0pQmNP9uAlrfDevc1Wt-44" parent="1" style="text;html=1;whiteSpace=wrap;strokeColor=none;fillColor=none;align=center;verticalAlign=middle;rounded=0;" value="1" vertex="1">
          <mxGeometry height="30" width="60" x="1210" y="240" as="geometry" />
        </mxCell>
        <mxCell id="g0pQmNP9uAlrfDevc1Wt-45" parent="1" style="text;html=1;whiteSpace=wrap;strokeColor=none;fillColor=none;align=center;verticalAlign=middle;rounded=0;" value="1" vertex="1">
          <mxGeometry height="30" width="60" x="1010" y="70" as="geometry" />
        </mxCell>
        <mxCell id="g0pQmNP9uAlrfDevc1Wt-46" parent="1" style="text;html=1;whiteSpace=wrap;strokeColor=none;fillColor=none;align=center;verticalAlign=middle;rounded=0;" value="0..*" vertex="1">
          <mxGeometry height="30" width="60" x="1100" y="70" as="geometry" />
        </mxCell>
        <mxCell id="g0pQmNP9uAlrfDevc1Wt-47" parent="1" style="text;html=1;whiteSpace=wrap;strokeColor=none;fillColor=none;align=center;verticalAlign=middle;rounded=0;" value="1" vertex="1">
          <mxGeometry height="30" width="60" x="1010" y="250" as="geometry" />
        </mxCell>
        <mxCell id="g0pQmNP9uAlrfDevc1Wt-48" parent="1" style="text;html=1;whiteSpace=wrap;strokeColor=none;fillColor=none;align=center;verticalAlign=middle;rounded=0;" value="1" vertex="1">
          <mxGeometry height="30" width="60" x="1130" y="250" as="geometry" />
        </mxCell>
        <mxCell id="g0pQmNP9uAlrfDevc1Wt-49" parent="1" style="shape=umlFrame;whiteSpace=wrap;html=1;pointerEvents=0;width=370;height=30;fillColor=#dae8fc;strokeColor=#6c8ebf;" value="3. Диаграмма последовательности (Sequence Diagram)" vertex="1">
          <mxGeometry height="430" width="810" y="440" as="geometry" />
        </mxCell>
        <mxCell id="g0pQmNP9uAlrfDevc1Wt-50" parent="1" style="shape=umlFrame;whiteSpace=wrap;html=1;pointerEvents=0;width=370;height=30;fillColor=#dae8fc;strokeColor=#6c8ebf;" value="4. Диаграмма состояний (State Diagram) для заказа" vertex="1">
          <mxGeometry height="430" width="810" x="840" y="440" as="geometry" />
        </mxCell>
        <mxCell id="g0pQmNP9uAlrfDevc1Wt-58" edge="1" parent="1" source="g0pQmNP9uAlrfDevc1Wt-51" style="edgeStyle=none;rounded=0;orthogonalLoop=1;jettySize=auto;html=1;exitX=0.5;exitY=1;exitDx=0;exitDy=0;" target="g0pQmNP9uAlrfDevc1Wt-57">
          <mxGeometry relative="1" as="geometry" />
        </mxCell>
        <mxCell id="g0pQmNP9uAlrfDevc1Wt-51" parent="1" style="rounded=1;whiteSpace=wrap;html=1;fillColor=#fff2cc;strokeColor=#d6b656;" value="Корзина&lt;div&gt;(курс выбран)&lt;/div&gt;" vertex="1">
          <mxGeometry height="45" width="120" x="1155" y="520" as="geometry" />
        </mxCell>
        <mxCell id="g0pQmNP9uAlrfDevc1Wt-56" edge="1" parent="1" source="g0pQmNP9uAlrfDevc1Wt-54" style="edgeStyle=none;rounded=0;orthogonalLoop=1;jettySize=auto;html=1;exitX=0.5;exitY=1;exitDx=0;exitDy=0;entryX=0.5;entryY=0;entryDx=0;entryDy=0;" target="g0pQmNP9uAlrfDevc1Wt-51">
          <mxGeometry relative="1" as="geometry" />
        </mxCell>
        <mxCell id="g0pQmNP9uAlrfDevc1Wt-54" parent="1" style="ellipse;html=1;shape=startState;fillColor=#000000;strokeColor=light-dark(#000000, #ff9090);" value="" vertex="1">
          <mxGeometry height="30" width="30" x="1200" y="470" as="geometry" />
        </mxCell>
        <mxCell id="g0pQmNP9uAlrfDevc1Wt-60" edge="1" parent="1" source="g0pQmNP9uAlrfDevc1Wt-57" style="edgeStyle=none;rounded=0;orthogonalLoop=1;jettySize=auto;html=1;exitX=0.5;exitY=1;exitDx=0;exitDy=0;entryX=0.5;entryY=0;entryDx=0;entryDy=0;" target="g0pQmNP9uAlrfDevc1Wt-59">
          <mxGeometry relative="1" as="geometry" />
        </mxCell>
        <mxCell id="g0pQmNP9uAlrfDevc1Wt-57" parent="1" style="rounded=1;whiteSpace=wrap;html=1;fillColor=#dae8fc;strokeColor=#6c8ebf;" value="Оформление заказа" vertex="1">
          <mxGeometry height="45" width="120" x="1155" y="584.5" as="geometry" />
        </mxCell>
        <mxCell id="g0pQmNP9uAlrfDevc1Wt-65" edge="1" parent="1" source="g0pQmNP9uAlrfDevc1Wt-59" style="edgeStyle=none;rounded=0;orthogonalLoop=1;jettySize=auto;html=1;exitX=1;exitY=0.5;exitDx=0;exitDy=0;entryX=0;entryY=0.5;entryDx=0;entryDy=0;" target="g0pQmNP9uAlrfDevc1Wt-63">
          <mxGeometry relative="1" as="geometry" />
        </mxCell>
        <mxCell id="g0pQmNP9uAlrfDevc1Wt-67" edge="1" parent="1" source="g0pQmNP9uAlrfDevc1Wt-59" style="edgeStyle=none;rounded=0;orthogonalLoop=1;jettySize=auto;html=1;exitX=0.5;exitY=1;exitDx=0;exitDy=0;entryX=0.5;entryY=0;entryDx=0;entryDy=0;" target="g0pQmNP9uAlrfDevc1Wt-66">
          <mxGeometry relative="1" as="geometry" />
        </mxCell>
        <mxCell id="g0pQmNP9uAlrfDevc1Wt-59" parent="1" style="rounded=1;whiteSpace=wrap;html=1;fillColor=#f8cecc;strokeColor=#b85450;" value="Ожидание оплаты" vertex="1">
          <mxGeometry height="45" width="120" x="1155" y="650" as="geometry" />
        </mxCell>
        <mxCell id="g0pQmNP9uAlrfDevc1Wt-73" edge="1" parent="1" source="g0pQmNP9uAlrfDevc1Wt-63" style="edgeStyle=none;rounded=0;orthogonalLoop=1;jettySize=auto;html=1;exitX=0.5;exitY=1;exitDx=0;exitDy=0;entryX=0.5;entryY=0;entryDx=0;entryDy=0;" target="g0pQmNP9uAlrfDevc1Wt-71">
          <mxGeometry relative="1" as="geometry" />
        </mxCell>
        <mxCell id="g0pQmNP9uAlrfDevc1Wt-63" parent="1" style="rounded=1;whiteSpace=wrap;html=1;fillColor=#d5e8d4;strokeColor=#82b366;" value="Оплачен" vertex="1">
          <mxGeometry height="45" width="120" x="1330" y="650" as="geometry" />
        </mxCell>
        <mxCell id="g0pQmNP9uAlrfDevc1Wt-69" edge="1" parent="1" source="g0pQmNP9uAlrfDevc1Wt-66" style="edgeStyle=orthogonalEdgeStyle;rounded=1;orthogonalLoop=1;jettySize=auto;html=1;exitX=0;exitY=0.5;exitDx=0;exitDy=0;entryX=0;entryY=0.5;entryDx=0;entryDy=0;curved=0;" target="g0pQmNP9uAlrfDevc1Wt-59">
          <mxGeometry relative="1" as="geometry">
            <Array as="points">
              <mxPoint x="1100" y="763" />
              <mxPoint x="1100" y="673" />
            </Array>
          </mxGeometry>
        </mxCell>
        <mxCell id="g0pQmNP9uAlrfDevc1Wt-66" parent="1" style="rounded=1;whiteSpace=wrap;html=1;fillColor=#e1d5e7;strokeColor=#9673a6;" value="Отменен" vertex="1">
          <mxGeometry height="45" width="120" x="1155" y="740" as="geometry" />
        </mxCell>
        <mxCell id="g0pQmNP9uAlrfDevc1Wt-68" parent="1" style="text;html=1;whiteSpace=wrap;strokeColor=none;fillColor=none;align=center;verticalAlign=middle;rounded=0;" value="Отмена заказа" vertex="1">
          <mxGeometry height="30" width="120" x="1220" y="700" as="geometry" />
        </mxCell>
        <mxCell id="g0pQmNP9uAlrfDevc1Wt-70" parent="1" style="text;html=1;whiteSpace=wrap;strokeColor=none;fillColor=none;align=center;verticalAlign=middle;rounded=0;" value="Оплата не прошла&lt;div&gt;(ошибка)&lt;/div&gt;" vertex="1">
          <mxGeometry height="50" width="130" x="950" y="695" as="geometry" />
        </mxCell>
        <mxCell id="g0pQmNP9uAlrfDevc1Wt-75" edge="1" parent="1" source="g0pQmNP9uAlrfDevc1Wt-71" style="edgeStyle=none;rounded=0;orthogonalLoop=1;jettySize=auto;html=1;exitX=1;exitY=0.5;exitDx=0;exitDy=0;" target="g0pQmNP9uAlrfDevc1Wt-74">
          <mxGeometry relative="1" as="geometry" />
        </mxCell>
        <mxCell id="g0pQmNP9uAlrfDevc1Wt-71" parent="1" style="rounded=1;whiteSpace=wrap;html=1;fillColor=#fff2cc;strokeColor=#d6b656;" value="Доступ к курсу&amp;nbsp;&lt;div&gt;открыт&lt;/div&gt;" vertex="1">
          <mxGeometry height="45" width="120" x="1330" y="740" as="geometry" />
        </mxCell>
        <mxCell id="g0pQmNP9uAlrfDevc1Wt-74" parent="1" style="ellipse;html=1;shape=endState;fillColor=#000000;strokeColor=#000000;" value="" vertex="1">
          <mxGeometry height="30" width="30" x="1490" y="747.5" as="geometry" />
        </mxCell>
        <mxCell id="g0pQmNP9uAlrfDevc1Wt-76" parent="1" style="text;html=1;whiteSpace=wrap;strokeColor=#000000;fillColor=none;align=center;verticalAlign=middle;rounded=0;fontSize=12;" value="Оплата успешна" vertex="1">
          <mxGeometry width="120" x="1260" y="640" as="geometry" />
        </mxCell>
+         <mxCell id="g0pQmNP9uAlrfDevc1Wt-78" parent="1" style="shape=umlActor;verticalLabelPosition=bottom;verticalAlign=top;html=1;" value="Студент" vertex="1">
+           <mxGeometry height="40" width="20" x="20" y="480" as="geometry" />
+         </mxCell>
+         <mxCell id="g0pQmNP9uAlrfDevc1Wt-79" parent="1" style="html=1;whiteSpace=wrap;fillColor=#dae8fc;strokeColor=#6c8ebf;" value="Веб-интерфейс" vertex="1">
+           <mxGeometry height="30" width="100" x="160" y="480" as="geometry" />
+         </mxCell>
+         <mxCell id="g0pQmNP9uAlrfDevc1Wt-84" edge="1" parent="1" source="g0pQmNP9uAlrfDevc1Wt-80" style="edgeStyle=none;rounded=0;orthogonalLoop=1;jettySize=auto;html=1;curved=0;exitX=1;exitY=0;exitDx=0;exitDy=5;exitPerimeter=0;" target="g0pQmNP9uAlrfDevc1Wt-81">
+           <mxGeometry relative="1" as="geometry" />
+         </mxCell>
+         <mxCell id="g0pQmNP9uAlrfDevc1Wt-80" parent="1" style="html=1;points=[[0,0,0,0,5],[0,1,0,0,-5],[1,0,0,0,5],[1,1,0,0,-5]];perimeter=orthogonalPerimeter;outlineConnect=0;targetShapes=umlLifeline;portConstraint=eastwest;newEdgeStyle={&quot;curved&quot;:0,&quot;rounded&quot;:0};" value="" vertex="1">
+           <mxGeometry height="295" width="10" x="25" y="545" as="geometry" />
+         </mxCell>
+         <mxCell id="g0pQmNP9uAlrfDevc1Wt-81" parent="1" style="html=1;points=[[0,0,0,0,5],[0,1,0,0,-5],[1,0,0,0,5],[1,1,0,0,-5]];perimeter=orthogonalPerimeter;outlineConnect=0;targetShapes=umlLifeline;portConstraint=eastwest;newEdgeStyle={&quot;curved&quot;:0,&quot;rounded&quot;:0};" value="" vertex="1">
+           <mxGeometry height="80" width="10" x="205" y="545" as="geometry" />
+         </mxCell>
+         <mxCell id="g0pQmNP9uAlrfDevc1Wt-82" edge="1" parent="1" source="g0pQmNP9uAlrfDevc1Wt-78" style="edgeStyle=none;rounded=0;orthogonalLoop=1;jettySize=auto;html=1;exitX=0.5;exitY=0.5;exitDx=0;exitDy=0;exitPerimeter=0;dashed=1;endArrow=none;endFill=0;" target="g0pQmNP9uAlrfDevc1Wt-80">
+           <mxGeometry relative="1" as="geometry" />
+         </mxCell>
+         <mxCell id="g0pQmNP9uAlrfDevc1Wt-85" edge="1" parent="1" source="g0pQmNP9uAlrfDevc1Wt-79" style="edgeStyle=none;rounded=0;orthogonalLoop=1;jettySize=auto;html=1;exitX=0.5;exitY=1;exitDx=0;exitDy=0;entryX=0.485;entryY=-0.01;entryDx=0;entryDy=0;entryPerimeter=0;dashed=1;endArrow=none;endFill=0;" target="g0pQmNP9uAlrfDevc1Wt-81">
+           <mxGeometry relative="1" as="geometry" />
+         </mxCell>
+         <mxCell id="g0pQmNP9uAlrfDevc1Wt-86" parent="1" style="text;html=1;whiteSpace=wrap;strokeColor=none;fillColor=none;align=center;verticalAlign=middle;rounded=0;" value="1. Открыть каталог" vertex="1">
+           <mxGeometry height="30" width="120" x="60" y="527.5" as="geometry" />
+         </mxCell>
+         <mxCell id="g0pQmNP9uAlrfDevc1Wt-87" parent="1" style="html=1;points=[[0,0,0,0,5],[0,1,0,0,-5],[1,0,0,0,5],[1,1,0,0,-5]];perimeter=orthogonalPerimeter;outlineConnect=0;targetShapes=umlLifeline;portConstraint=eastwest;newEdgeStyle={&quot;curved&quot;:0,&quot;rounded&quot;:0};" value="" vertex="1">
+           <mxGeometry height="80" width="10" x="205" y="640" as="geometry" />
+         </mxCell>
+         <mxCell id="g0pQmNP9uAlrfDevc1Wt-88" parent="1" style="html=1;points=[[0,0,0,0,5],[0,1,0,0,-5],[1,0,0,0,5],[1,1,0,0,-5]];perimeter=orthogonalPerimeter;outlineConnect=0;targetShapes=umlLifeline;portConstraint=eastwest;newEdgeStyle={&quot;curved&quot;:0,&quot;rounded&quot;:0};" value="" vertex="1">
+           <mxGeometry height="110" width="10" x="205" y="730" as="geometry" />
+         </mxCell>
      </root>
    </mxGraphModel>
  </diagram>
</mxfile>
